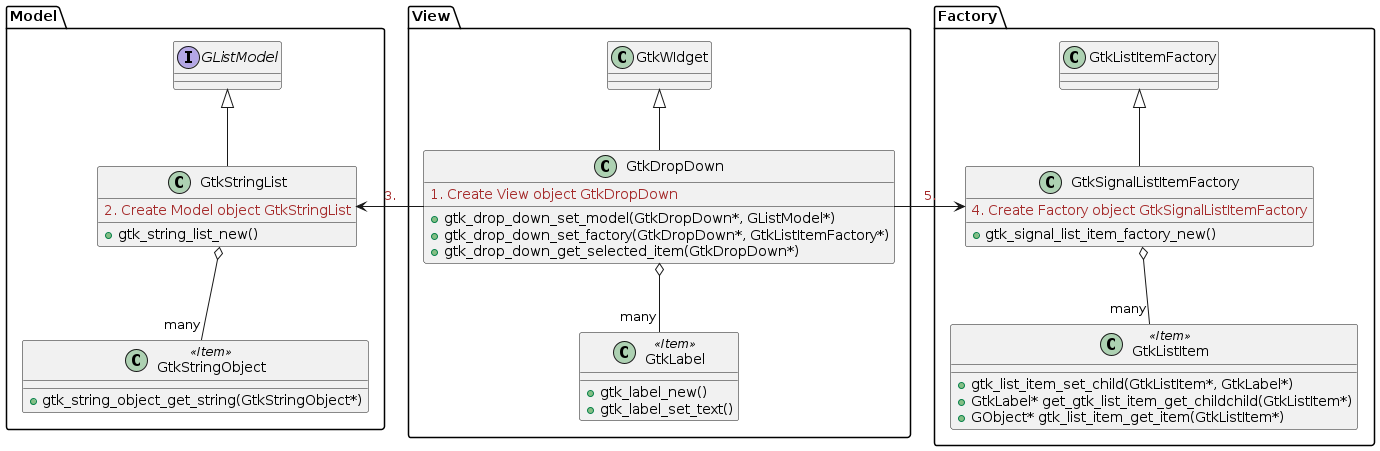
The PlantUML diagram Companies/Ronna/Images/Diagrams/Class_diagrams/Model_View_Factory/GtkDropDown_example.png in RobertDeBiro/Cpp_Programs, before a commit. Its diagram source:
```plantuml
@startuml GtkDropDown_example

package "Model" {
    interface GListModel

    class GtkStringList extends GListModel
    {
        <color:brown>2. Create Model object GtkStringList</color>

        +gtk_string_list_new()
    }

    class GtkStringObject <<Item>>
    {
        +gtk_string_object_get_string(GtkStringObject*)
    }

    GtkStringList o-- "many" GtkStringObject
}

package "View" {
    class GtkDropDown extends GtkWIdget
    {
        <color:brown>1. Create View object GtkDropDown</color>

        +gtk_drop_down_set_model(GtkDropDown*, GListModel*)
        +gtk_drop_down_set_factory(GtkDropDown*, GtkListItemFactory*)
        +gtk_drop_down_get_selected_item(GtkDropDown*)
    }

    class GtkLabel <<Item>>
    {
        +gtk_label_new()
        +gtk_label_set_text()
    }

    GtkDropDown o-- "many" GtkLabel
}

package "Factory" {
    class GtkSignalListItemFactory extends GtkListItemFactory
    {
        <color:brown>4. Create Factory object GtkSignalListItemFactory</color>

        +gtk_signal_list_item_factory_new()
    }

    class GtkListItem <<Item>>
    {
        +gtk_list_item_set_child(GtkListItem*, GtkLabel*)
        +GtkLabel* get_gtk_list_item_get_childchild(GtkListItem*)
        +GObject* gtk_list_item_get_item(GtkListItem*)
    }

    GtkSignalListItemFactory o-down- "many" GtkListItem
}

GtkDropDown -left-> GtkStringList : <color:brown>3.</color>
GtkDropDown -right-> GtkSignalListItemFactory : <color:brown>5.</color>

@enduml
```
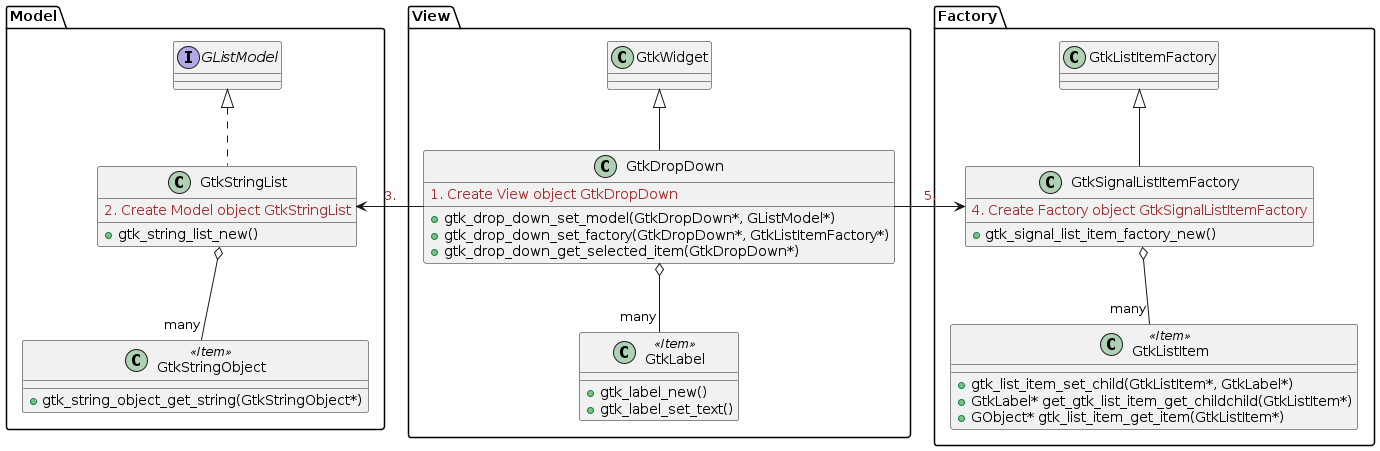
After the commit.

Change to the diagram source:
```diff
@@ -3,7 +3,7 @@
 package "Model" {
     interface GListModel
 
-    class GtkStringList extends GListModel
+    class GtkStringList implements GListModel
     {
         <color:brown>2. Create Model object GtkStringList</color>
 
@@ -19,7 +19,7 @@
 }
 
 package "View" {
-    class GtkDropDown extends GtkWIdget
+    class GtkDropDown extends GtkWidget
     {
         <color:brown>1. Create View object GtkDropDown</color>
 
```
